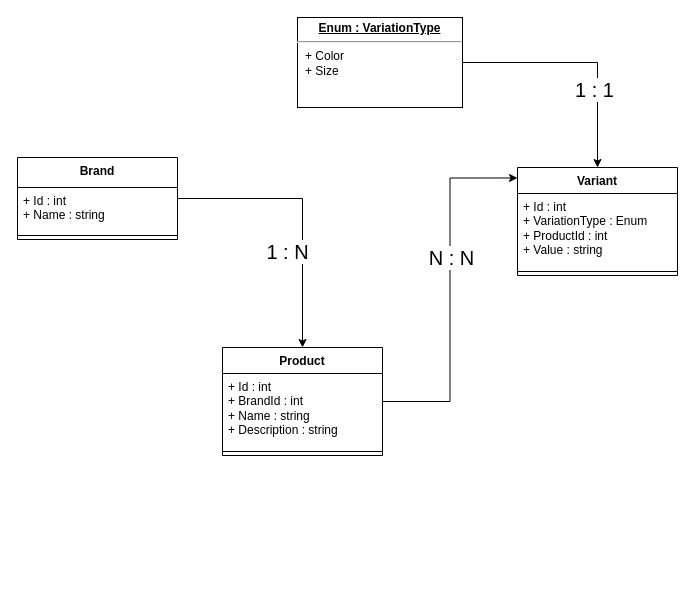
p4ndev/database-entity-framework-core keeps this draw.io diagram as Entities.drawio. Above is the earlier version. Source tidied: cells renumbered, new cells numbered last; positions are measured from the earlier drawing's top-left corner, leaving out a move shared by most shapes. Both pictures are drawn from the tidied source at 100%, with x=0, y=0 at pixel (17, 17).
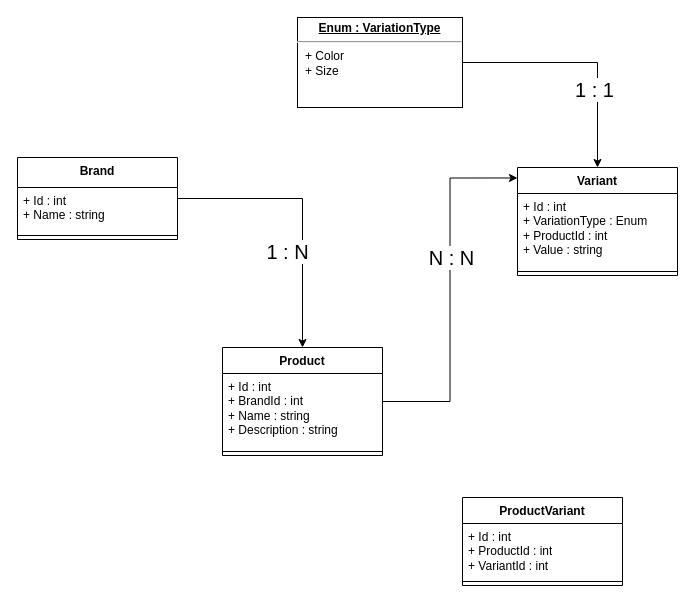
The same page after the edit.

What changed in the source:
```diff
@@
+    <mxCell id="18" value="ProductVariant" style="swimlane;fontStyle=1;align=center;verticalAlign=top;horizontal=1;startSize=26;whiteSpace=wrap;html=1;" parent="1" vertex="1">
+      <mxGeometry x="445" y="480" width="160" height="88" as="geometry" />
+    </mxCell>
+    <mxCell id="19" value="+ Id : int&lt;br&gt;+ ProductId : int&lt;br&gt;+ VariantId : int" style="text;strokeColor=none;fillColor=none;align=left;verticalAlign=top;spacingLeft=4;spacingRight=4;overflow=hidden;whiteSpace=wrap;html=1;" parent="18" vertex="1">
+      <mxGeometry y="26" width="160" height="54" as="geometry" />
+    </mxCell>
+    <mxCell id="20" style="line;strokeWidth=1;fillColor=none;align=left;verticalAlign=middle;spacingTop=-1;spacingLeft=3;spacingRight=3;labelPosition=right;strokeColor=inherit;" parent="18" vertex="1">
+      <mxGeometry y="80" width="160" height="8" as="geometry" />
+    </mxCell>
```
